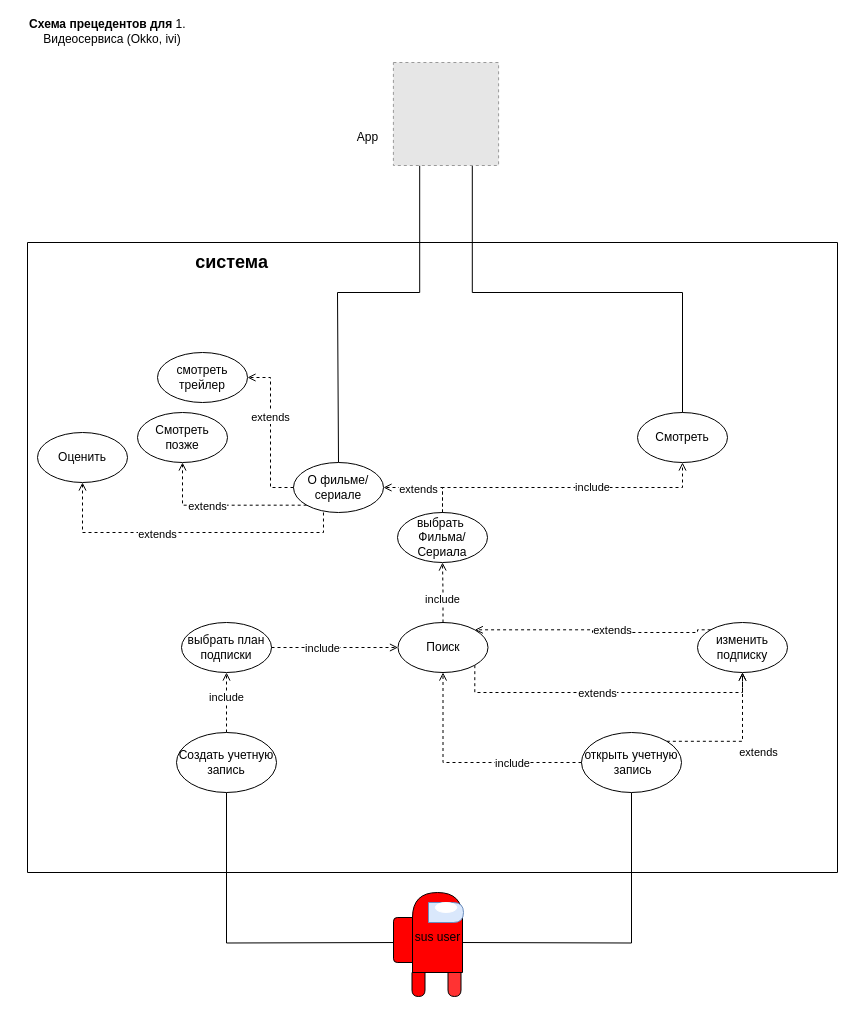
Before: 1).drawio in KarimFaik/MSSS, a draw.io diagram. Source tidied: cells renumbered, new cells numbered last; positions are measured from the earlier drawing's top-left corner, leaving out a move shared by most shapes. Both pictures are drawn from the tidied source at 100%, with x=0, y=0 at pixel (17, 22). Pictures stored in the file or linked from it are replaced by grey dashed boxes.
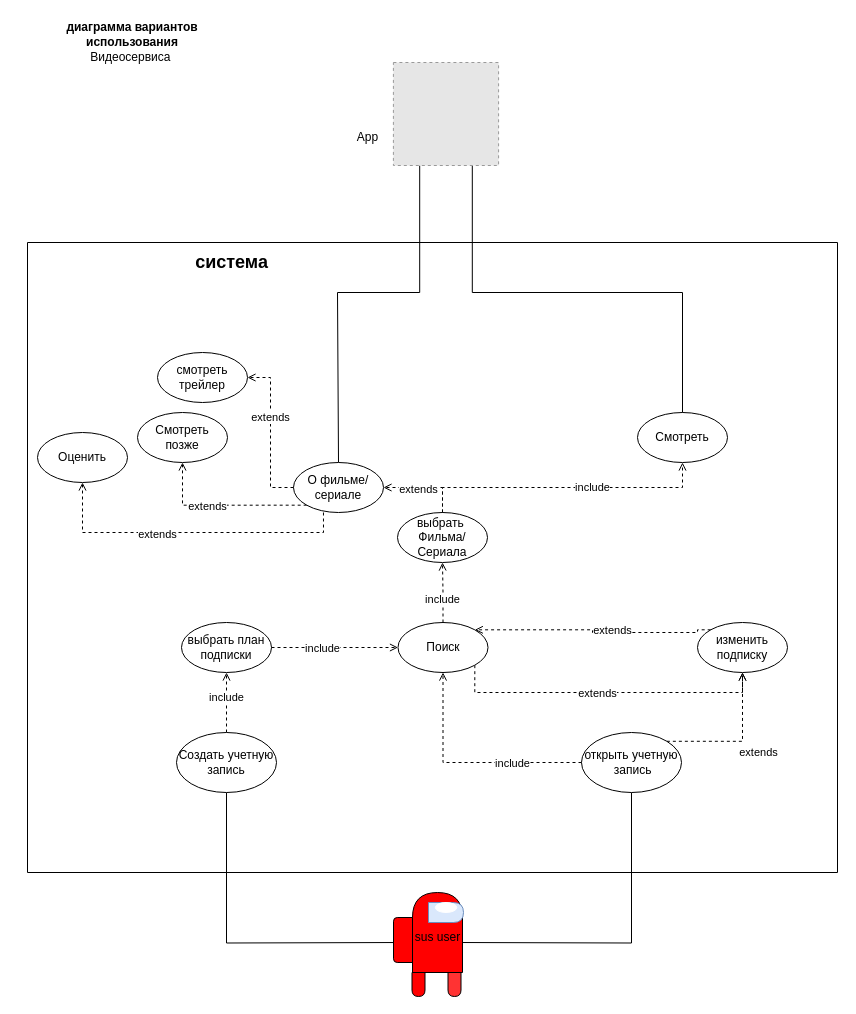
The same diagram, later.

What changed in the source:
```diff
@@
-    <mxCell id="16" value="&lt;b&gt;Схема прeцедентов для&amp;nbsp;&lt;/b&gt;1.&lt;span style=&quot;text-indent: -18pt; background-color: initial; font-variant-numeric: normal; font-variant-east-asian: normal; font-variant-alternates: normal; font-kerning: auto; font-optical-sizing: auto; font-feature-settings: normal; font-variation-settings: normal; font-variant-position: normal; font-stretch: normal; font-size: 7pt; line-height: normal; font-family: &amp;quot;Times New Roman&amp;quot;;&quot;&gt;&amp;nbsp;&amp;nbsp;&amp;nbsp;&amp;nbsp;&lt;br&gt;&lt;/span&gt;&lt;span style=&quot;text-indent: -18pt; background-color: initial;&quot;&gt;Видеосервиса (&lt;/span&gt;&lt;span style=&quot;text-indent: -18pt; background-color: initial;&quot; lang=&quot;EN-US&quot;&gt;Okko, ivi&lt;/span&gt;&lt;span style=&quot;text-indent: -18pt; background-color: initial;&quot;&gt;)&lt;/span&gt;&lt;p style=&quot;margin-left:37.85pt;mso-add-space:auto;&lt;br/&gt;text-indent:-18.0pt;line-height:150%;mso-list:l0 level1 lfo1&quot; class=&quot;MsoListParagraph&quot;&gt;&lt;/p&gt;" style="text;html=1;strokeColor=none;fillColor=none;align=center;verticalAlign=middle;whiteSpace=wrap;rounded=0;" parent="1" vertex="1">
-      <mxGeometry width="190" height="30" as="geometry" />
+    <mxCell id="16" value="&lt;span style=&quot;font-family: &amp;quot;Helvetica Neue&amp;quot;; text-align: start; background-color: initial;&quot;&gt;&lt;font style=&quot;font-size: 12px;&quot;&gt;&lt;b&gt;диаграмма вариантов использования&lt;/b&gt;&lt;/font&gt;&lt;/span&gt;&lt;div&gt;&lt;span style=&quot;text-indent: -18pt; background-color: initial;&quot;&gt;Видеосервиса&amp;nbsp;&lt;/span&gt;&lt;p style=&quot;margin-left:37.85pt;mso-add-space:auto;&lt;br/&gt;text-indent:-18.0pt;line-height:150%;mso-list:l0 level1 lfo1&quot; class=&quot;MsoListParagraph&quot;&gt;&lt;/p&gt;&lt;/div&gt;" style="text;html=1;strokeColor=none;fillColor=none;align=center;verticalAlign=middle;whiteSpace=wrap;rounded=0;" parent="1" vertex="1">
+      <mxGeometry x="20" y="10" width="190" height="30" as="geometry" />
     </mxCell>
```
